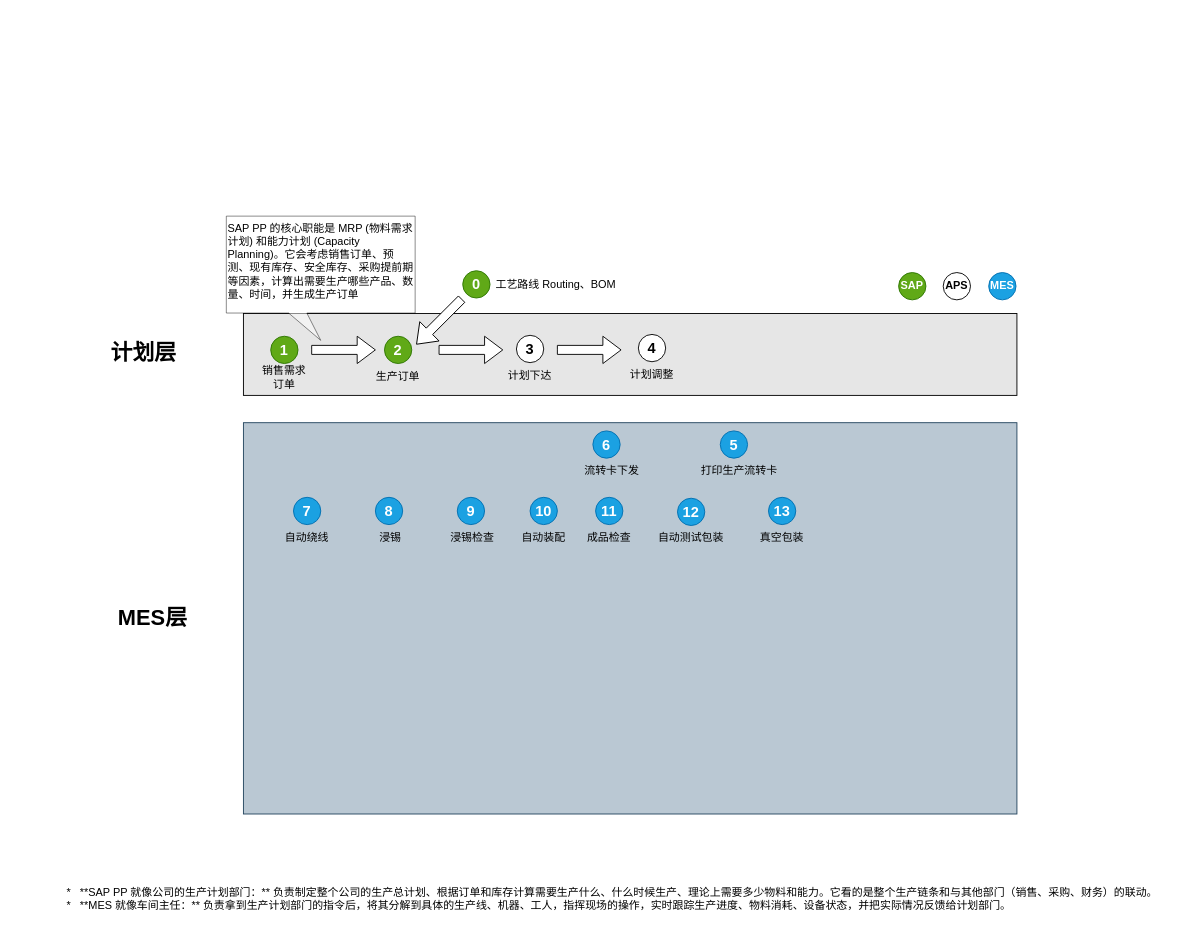
Above: SAP_MES.drawio in CJyoung524/DrawIO (draw.io), before the change. Source tidied: cells renumbered, new cells numbered last; positions are measured from the earlier drawing's top-left corner, leaving out a move shared by most shapes. Both pictures are drawn from the tidied source at 91%, with x=0, y=0 at pixel (65, 216).
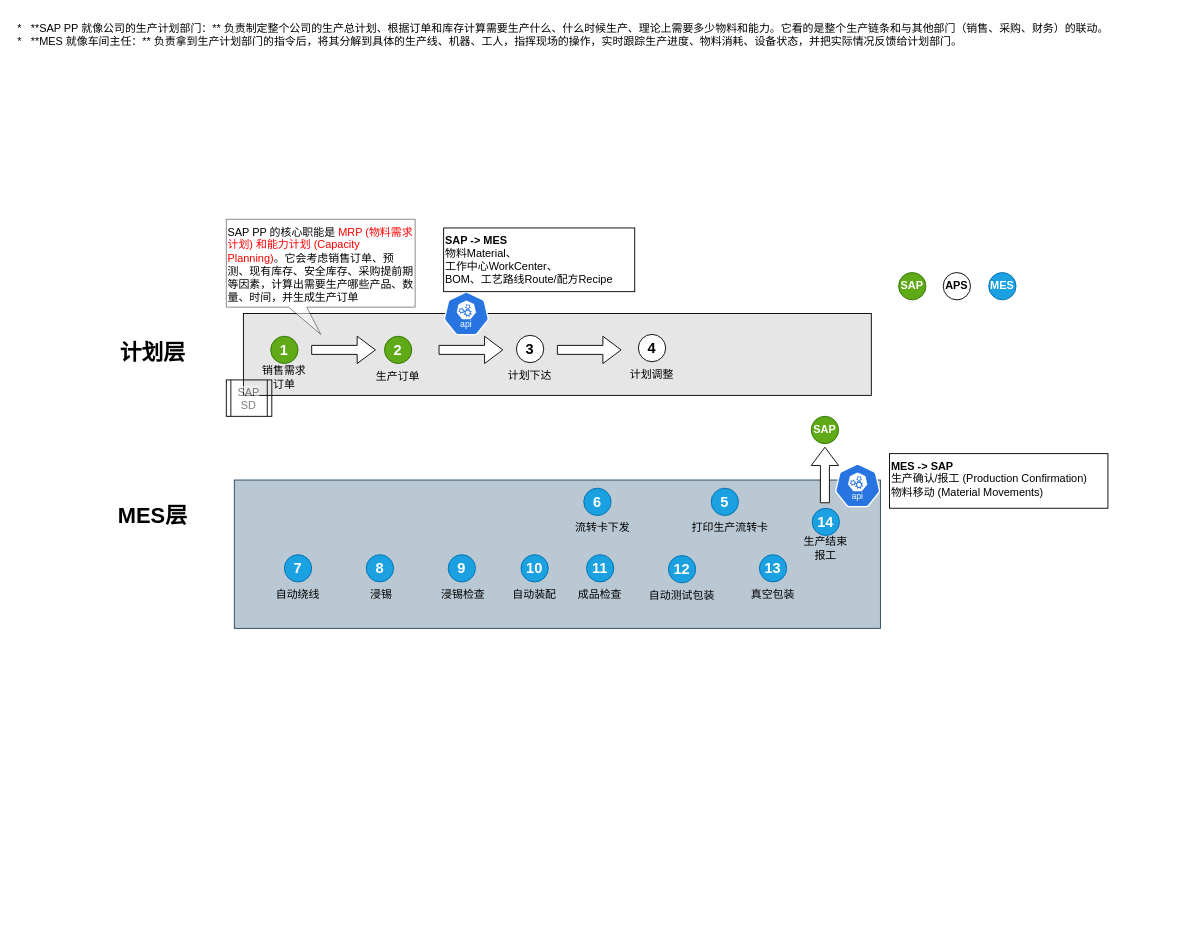
The same page after the edit.

Change to the diagram source:
```diff
@@
     <mxCell id="2" style="rounded=0;whiteSpace=wrap;html=1;fillColor=#E6E6E6;" parent="1" vertex="1">
-      <mxGeometry x="196" y="107" width="850" height="90" as="geometry" />
+      <mxGeometry x="196" y="107" width="690" height="90" as="geometry" />
     </mxCell>
     <mxCell id="3" value="计划层" style="text;strokeColor=none;fillColor=none;html=1;fontSize=24;fontStyle=1;verticalAlign=middle;align=center;" parent="1" vertex="1">
-      <mxGeometry x="36" y="131" width="100" height="40" as="geometry" />
+      <mxGeometry x="46" y="131" width="100" height="40" as="geometry" />
     </mxCell>
@@
     <mxCell id="5" style="group;" parent="1" vertex="1">
-      <mxGeometry x="211" y="132" width="60" height="60" as="geometry" />
+      <mxGeometry x="211" y="132" width="60" height="70" as="geometry" />
     </mxCell>
@@
-    <mxCell id="11" style="group;" parent="1" vertex="1">
-      <mxGeometry x="422" y="60" width="190" height="60" as="geometry" />
-    </mxCell>
-    <mxCell id="12" value="0" style="ellipse;whiteSpace=wrap;html=1;rotation=0;strokeColor=#2D7600;gradientDirection=east;fillColor=#60a917;rounded=0;fontFamily=Helvetica;fontSize=16;spacingTop=4;spacingBottom=4;spacingLeft=4;spacingRight=4;fontStyle=1;fontColor=#ffffff;" parent="11" vertex="1">
-      <mxGeometry x="15" width="30" height="30" as="geometry" />
-    </mxCell>
-    <mxCell id="13" value="工艺路线&amp;nbsp;Routing、BOM" style="text;html=1;align=center;verticalAlign=middle;whiteSpace=wrap;rounded=0;" parent="11" vertex="1">
-      <mxGeometry x="45" width="145" height="30" as="geometry" />
-    </mxCell>
-    <mxCell id="14" style="html=1;shadow=0;dashed=0;align=center;verticalAlign=middle;shape=mxgraph.arrows2.arrow;dy=0.67;dx=20;notch=0;rotation=-225;" parent="1" vertex="1">
-      <mxGeometry x="376" y="101" width="70" height="30" as="geometry" />
-    </mxCell>
@@
+    <mxCell id="28" value="MES层" style="text;strokeColor=none;fillColor=none;html=1;fontSize=24;fontStyle=1;verticalAlign=middle;align=center;" parent="1" vertex="1">
+      <mxGeometry x="46" y="310" width="100" height="40" as="geometry" />
+    </mxCell>
+    <mxCell id="33" value="MES" style="ellipse;whiteSpace=wrap;html=1;rotation=0;gradientDirection=east;rounded=0;fontFamily=Helvetica;fontSize=12;spacingTop=4;spacingBottom=4;spacingLeft=4;spacingRight=4;fontStyle=1;fillColor=#1ba1e2;fontColor=#ffffff;strokeColor=#006EAF;" parent="1" vertex="1">
+      <mxGeometry x="1015" y="62" width="30" height="30" as="geometry" />
+    </mxCell>
+    <mxCell id="66" value="&lt;span style=&quot;&quot;&gt;SAP PP 的核心职能是&lt;font style=&quot;color: rgb(255, 0, 0);&quot;&gt; MRP (物料需求计划) 和能力计划 (Capacity Planning)&lt;/font&gt;。它会考虑销售订单、预测、现有库存、安全库存、采购提前期等因素，计算出需要生产哪些产品、数量、时间，并生成生产订单&lt;/span&gt;" style="shape=callout;whiteSpace=wrap;html=1;perimeter=calloutPerimeter;opacity=50;size=30;position=0.33;verticalAlign=top;align=left;" parent="1" vertex="1">
+      <mxGeometry x="177.2" y="3.5" width="207.5" height="126.5" as="geometry" />
+    </mxCell>
+    <mxCell id="67" value="&lt;div&gt;*&amp;nbsp; &amp;nbsp;**SAP PP 就像公司的生产计划部门：** 负责制定整个公司的生产总计划、根据订单和库存计算需要生产什么、什么时候生产、理论上需要多少物料和能力。它看的是整个生产链条和与其他部门（销售、采购、财务）的联动。&lt;/div&gt;&lt;div&gt;*&amp;nbsp; &amp;nbsp;**MES 就像车间主任：** 负责拿到生产计划部门的指令后，将其分解到具体的生产线、机器、工人，指挥现场的操作，实时跟踪生产进度、物料消耗、设备状态，并把实际情况反馈给计划部门。&lt;/div&gt;" style="text;html=1;align=left;verticalAlign=top;strokeColor=none;fillColor=none;" parent="1" vertex="1">
+      <mxGeometry x="-54" y="-220" width="1220" height="40" as="geometry" />
+    </mxCell>
+    <mxCell id="68" value="SAP&lt;div&gt;SD&lt;/div&gt;" style="shape=process;whiteSpace=wrap;html=1;backgroundOutline=1;align=center;verticalAlign=top;fontFamily=Helvetica;fontSize=12;fontColor=default;fillColor=none;gradientColor=none;textOpacity=50;labelBackgroundColor=default;" parent="1" vertex="1">
+      <mxGeometry x="177.2" y="180" width="50" height="40" as="geometry" />
+    </mxCell>
+    <mxCell id="69" style="sketch=0;html=1;dashed=0;whitespace=wrap;verticalLabelPosition=bottom;verticalAlign=top;fillColor=#2875E2;strokeColor=#ffffff;shape=mxgraph.kubernetes.icon2;kubernetesLabel=1;prIcon=api;align=left;fontFamily=Helvetica;fontSize=12;fontColor=default;" parent="1" vertex="1">
+      <mxGeometry x="416" y="83" width="50" height="48" as="geometry" />
+    </mxCell>
+    <mxCell id="70" value="SAP" style="ellipse;whiteSpace=wrap;html=1;rotation=0;strokeColor=#2D7600;gradientDirection=east;fillColor=#60a917;rounded=0;fontFamily=Helvetica;fontSize=12;spacingTop=4;spacingBottom=4;spacingLeft=4;spacingRight=4;fontStyle=1;fontColor=#ffffff;" parent="1" vertex="1">
+      <mxGeometry x="820" y="220" width="30" height="30" as="geometry" />
+    </mxCell>
+    <mxCell id="71" value="&lt;div&gt;&lt;b&gt;SAP -&amp;gt; MES&lt;/b&gt;&lt;/div&gt;&lt;div&gt;物料Material、&lt;/div&gt;&lt;div&gt;工作中心WorkCenter、&lt;/div&gt;&lt;div&gt;BOM、&lt;span style=&quot;background-color: transparent; color: light-dark(rgb(0, 0, 0), rgb(255, 255, 255));&quot;&gt;工艺路线Route/配方Recipe&lt;/span&gt;&lt;/div&gt;" style="rounded=0;whiteSpace=wrap;html=1;align=left;verticalAlign=top;fontFamily=Helvetica;fontSize=12;fontColor=default;fillColor=none;gradientColor=none;" parent="1" vertex="1">
+      <mxGeometry x="416" y="13" width="210" height="70" as="geometry" />
+    </mxCell>
+    <mxCell id="72" value="&lt;div&gt;&lt;b&gt;MES -&amp;gt; SAP&lt;/b&gt;&lt;/div&gt;&lt;div&gt;&lt;span style=&quot;background-color: transparent;&quot;&gt;生产确认/报工 (Production Confirmation)&lt;/span&gt;&lt;/div&gt;&lt;div&gt;&lt;span style=&quot;background-color: transparent;&quot;&gt;物料移动 (Material Movements)&lt;/span&gt;&lt;/div&gt;" style="rounded=0;whiteSpace=wrap;html=1;align=left;verticalAlign=top;fontFamily=Helvetica;fontSize=12;fontColor=default;fillColor=none;gradientColor=none;" parent="1" vertex="1">
+      <mxGeometry x="906" y="261" width="240" height="60" as="geometry" />
+    </mxCell>
     <mxCell id="27" style="rounded=0;whiteSpace=wrap;html=1;fillColor=#bac8d3;strokeColor=#23445d;" parent="1" vertex="1">
-      <mxGeometry x="196" y="227" width="850" height="430" as="geometry" />
+      <mxGeometry x="186" y="290" width="710" height="163" as="geometry" />
     </mxCell>
-    <mxCell id="28" value="MES层" style="text;strokeColor=none;fillColor=none;html=1;fontSize=24;fontStyle=1;verticalAlign=middle;align=center;" parent="1" vertex="1">
-      <mxGeometry x="46" y="422" width="100" height="40" as="geometry" />
-    </mxCell>
     <mxCell id="29" style="group;" parent="1" vertex="1">
-      <mxGeometry x="705" y="235" width="90" height="60" as="geometry" />
+      <mxGeometry x="695" y="298" width="90" height="60" as="geometry" />
     </mxCell>
@@
-    <mxCell id="33" value="MES" style="ellipse;whiteSpace=wrap;html=1;rotation=0;gradientDirection=east;rounded=0;fontFamily=Helvetica;fontSize=12;spacingTop=4;spacingBottom=4;spacingLeft=4;spacingRight=4;fontStyle=1;fillColor=#1ba1e2;fontColor=#ffffff;strokeColor=#006EAF;" parent="1" vertex="1">
-      <mxGeometry x="1015" y="62" width="30" height="30" as="geometry" />
-    </mxCell>
     <mxCell id="34" style="group;" parent="1" vertex="1">
-      <mxGeometry x="565" y="235" width="90" height="60" as="geometry" />
+      <mxGeometry x="555" y="298" width="90" height="60" as="geometry" />
     </mxCell>
@@
     <mxCell id="38" style="group;" parent="1" vertex="1">
-      <mxGeometry x="236" y="308" width="90" height="60" as="geometry" />
+      <mxGeometry x="226" y="371" width="90" height="60" as="geometry" />
     </mxCell>
@@
     <mxCell id="42" style="group;" parent="1" vertex="1">
-      <mxGeometry x="326" y="308" width="90" height="60" as="geometry" />
+      <mxGeometry x="316" y="371" width="90" height="60" as="geometry" />
     </mxCell>
@@
     <mxCell id="46" style="group;" parent="1" vertex="1">
-      <mxGeometry x="416" y="308" width="90" height="60" as="geometry" />
+      <mxGeometry x="406" y="371" width="90" height="60" as="geometry" />
     </mxCell>
@@
     <mxCell id="50" style="group;" parent="1" vertex="1">
-      <mxGeometry x="496" y="308" width="90" height="60" as="geometry" />
+      <mxGeometry x="486" y="371" width="90" height="60" as="geometry" />
     </mxCell>
@@
     <mxCell id="54" style="group;" parent="1" vertex="1">
-      <mxGeometry x="568" y="308" width="90" height="60" as="geometry" />
+      <mxGeometry x="558" y="371" width="90" height="60" as="geometry" />
     </mxCell>
@@
     <mxCell id="58" style="group;" parent="1" vertex="1">
-      <mxGeometry x="658" y="309" width="90" height="60" as="geometry" />
+      <mxGeometry x="648" y="372" width="90" height="60" as="geometry" />
     </mxCell>
@@
     <mxCell id="62" style="group;" parent="1" vertex="1">
-      <mxGeometry x="758" y="308" width="90" height="60" as="geometry" />
+      <mxGeometry x="748" y="371" width="90" height="60" as="geometry" />
     </mxCell>
@@
-    <mxCell id="66" value="&lt;span style=&quot;&quot;&gt;SAP PP 的核心职能是 MRP (物料需求计划) 和能力计划 (Capacity Planning)。它会考虑销售订单、预测、现有库存、安全库存、采购提前期等因素，计算出需要生产哪些产品、数量、时间，并生成生产订单&lt;/span&gt;" style="shape=callout;whiteSpace=wrap;html=1;perimeter=calloutPerimeter;opacity=50;size=30;position=0.33;verticalAlign=top;align=left;" parent="1" vertex="1">
-      <mxGeometry x="177.2" width="207.5" height="136.5" as="geometry" />
-    </mxCell>
-    <mxCell id="67" value="&lt;div&gt;*&amp;nbsp; &amp;nbsp;**SAP PP 就像公司的生产计划部门：** 负责制定整个公司的生产总计划、根据订单和库存计算需要生产什么、什么时候生产、理论上需要多少物料和能力。它看的是整个生产链条和与其他部门（销售、采购、财务）的联动。&lt;/div&gt;&lt;div&gt;*&amp;nbsp; &amp;nbsp;**MES 就像车间主任：** 负责拿到生产计划部门的指令后，将其分解到具体的生产线、机器、工人，指挥现场的操作，实时跟踪生产进度、物料消耗、设备状态，并把实际情况反馈给计划部门。&lt;/div&gt;" style="text;html=1;align=left;verticalAlign=top;strokeColor=none;fillColor=none;" parent="1" vertex="1">
-      <mxGeometry y="730" width="1220" height="40" as="geometry" />
-    </mxCell>
+    <mxCell id="73" style="group;" parent="1" vertex="1">
+      <mxGeometry x="806" y="320" width="90" height="60" as="geometry" />
+    </mxCell>
+    <mxCell id="74" style="group;" parent="73" vertex="1">
+      <mxGeometry width="90" height="60" as="geometry" />
+    </mxCell>
+    <mxCell id="75" value="生产结束&lt;div&gt;报工&lt;/div&gt;" style="text;html=1;align=center;verticalAlign=middle;whiteSpace=wrap;rounded=0;" parent="74" vertex="1">
+      <mxGeometry x="-15" y="30" width="90" height="30" as="geometry" />
+    </mxCell>
+    <mxCell id="76" value="14" style="ellipse;whiteSpace=wrap;html=1;rotation=0;gradientDirection=east;rounded=0;fontFamily=Helvetica;fontSize=16;spacingTop=4;spacingBottom=4;spacingLeft=4;spacingRight=4;fontStyle=1;fillColor=#1ba1e2;fontColor=#ffffff;strokeColor=#006EAF;" parent="73" vertex="1">
+      <mxGeometry x="15" y="1" width="30" height="30" as="geometry" />
+    </mxCell>
+    <mxCell id="77" style="sketch=0;html=1;dashed=0;whitespace=wrap;verticalLabelPosition=bottom;verticalAlign=top;fillColor=#2875E2;strokeColor=#ffffff;shape=mxgraph.kubernetes.icon2;kubernetesLabel=1;prIcon=api;align=left;fontFamily=Helvetica;fontSize=12;fontColor=default;" parent="1" vertex="1">
+      <mxGeometry x="846" y="272" width="50" height="48" as="geometry" />
+    </mxCell>
+    <mxCell id="78" style="html=1;shadow=0;dashed=0;align=center;verticalAlign=middle;shape=mxgraph.arrows2.arrow;dy=0.67;dx=20;notch=0;rotation=-90;" parent="1" vertex="1">
+      <mxGeometry x="804.5" y="269.5" width="61" height="30" as="geometry" />
+    </mxCell>
```
